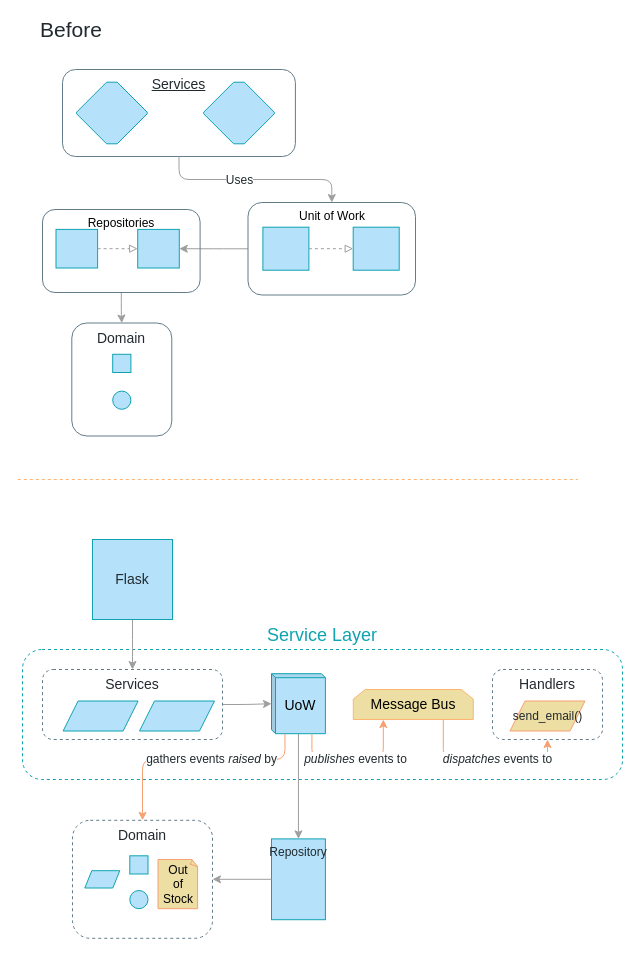
This is page "Chapter 7" (6 of 10) of maps.drawio from cosmicpython/book, a draw.io file, before an edit. Source tidied: cells renumbered, new cells numbered last; positions are measured from the earlier drawing's top-left corner, leaving out a move shared by most shapes. Both pictures are drawn from the tidied source at 100%, with x=0, y=0 at pixel (17, 19).
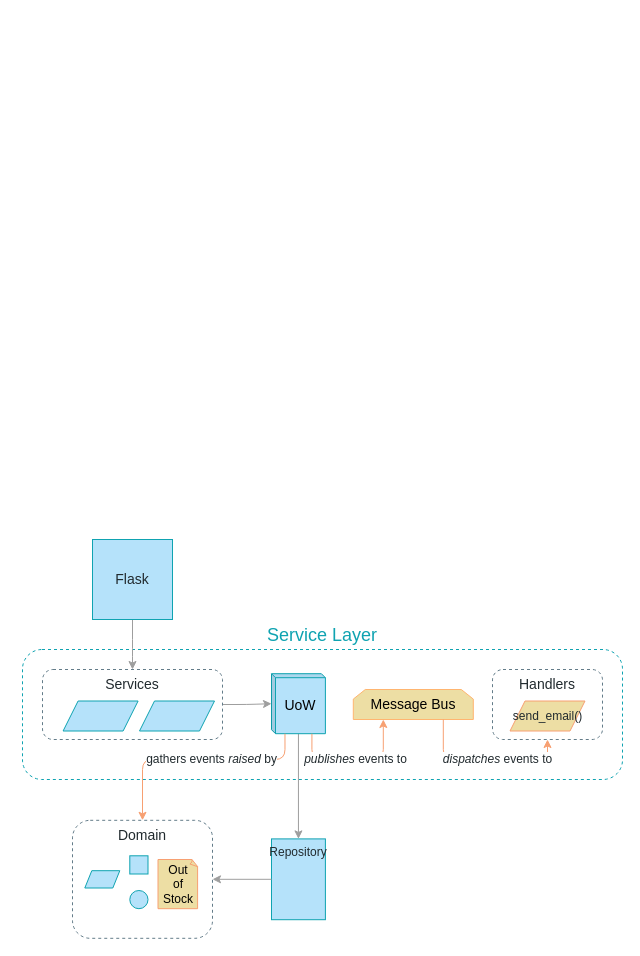
After the change.

Commit message:
delete unused before in 7

Change to the diagram source:
```diff
@@
-    <mxCell id="4" style="group;" parent="1" vertex="1">
-      <mxGeometry x="65" y="300" width="100" height="113" as="geometry" />
-    </mxCell>
-    <mxCell id="5" value="Domain" style="rounded=1;whiteSpace=wrap;html=1;fontFamily=Guardian Sans;verticalAlign=top;fontSize=14;fontColor=#212A2E;fillColor=none;strokeColor=#637C89;" parent="4" vertex="1">
-      <mxGeometry x="-10.7" y="3.5" width="100" height="113" as="geometry" />
-    </mxCell>
-    <mxCell id="6" style="whiteSpace=wrap;html=1;fontSize=14;strokeColor=#0FA3B1;fillColor=#B5E2FA;" parent="4" vertex="1">
-      <mxGeometry x="30.2" y="34.8" width="18.2" height="18.2" as="geometry" />
-    </mxCell>
-    <mxCell id="7" style="ellipse;whiteSpace=wrap;html=1;fontSize=14;strokeColor=#0FA3B1;fillColor=#B5E2FA;" parent="4" vertex="1">
-      <mxGeometry x="30.2" y="71.6" width="18.2" height="18.2" as="geometry" />
-    </mxCell>
-    <mxCell id="8" style="group;" parent="1" vertex="1">
-      <mxGeometry x="45" y="50" width="232.9" height="87" as="geometry" />
-    </mxCell>
-    <mxCell id="9" value="Services" style="rounded=1;whiteSpace=wrap;html=1;fontFamily=Guardian Sans;verticalAlign=top;fontSize=14;fontColor=#212A2E;fillColor=none;strokeColor=#637C89;fontStyle=4;" parent="8" vertex="1">
-      <mxGeometry width="232.9" height="87" as="geometry" />
-    </mxCell>
-    <mxCell id="10" style="whiteSpace=wrap;html=1;shape=mxgraph.basic.octagon2;align=center;verticalAlign=middle;dx=15;fontSize=14;fillColor=#B5E2FA;strokeColor=#0FA3B1;fontFamily=Guardian Sans;fontColor=#212A2E;gradientColor=none;" parent="8" vertex="1">
-      <mxGeometry x="14.1" y="12.7" width="70.6" height="61.6" as="geometry" />
-    </mxCell>
-    <mxCell id="11" style="whiteSpace=wrap;html=1;shape=mxgraph.basic.octagon2;align=center;verticalAlign=middle;dx=15;fontSize=14;fillColor=#B5E2FA;strokeColor=#0FA3B1;fontFamily=Guardian Sans;fontColor=#212A2E;gradientColor=none;" parent="8" vertex="1">
-      <mxGeometry x="141.2" y="12.7" width="70.6" height="61.6" as="geometry" />
-    </mxCell>
-    <mxCell id="12" style="edgeStyle=orthogonalEdgeStyle;jettySize=auto;html=1;strokeColor=#9E9E9E;fillColor=#B5E2FA;fontFamily=Guardian Sans;fontSize=12;fontColor=#212A2E;" parent="1" edge="1" source="18" target="5">
-      <mxGeometry relative="1" as="geometry" />
-    </mxCell>
-    <mxCell id="13" style="edgeStyle=orthogonalEdgeStyle;jettySize=auto;html=1;strokeColor=#9E9E9E;fillColor=#B5E2FA;fontFamily=Guardian Sans;fontSize=12;fontColor=#212A2E;" parent="1" edge="1" source="9" target="21">
-      <mxGeometry relative="1" as="geometry" />
-    </mxCell>
-    <mxCell id="14" value="Uses" style="text;html=1;align=center;verticalAlign=middle;labelBackgroundColor=#ffffff;fontSize=12;fontFamily=Guardian Sans;fontColor=#212A2E;" parent="13" vertex="1">
-      <mxGeometry x="-0.17" relative="1" as="geometry" />
-    </mxCell>
-    <mxCell id="15" style="edgeStyle=orthogonalEdgeStyle;jettySize=auto;html=1;strokeColor=#9E9E9E;fillColor=#B5E2FA;fontFamily=Guardian Sans;fontSize=12;fontColor=#212A2E;" parent="1" edge="1" source="21" target="20">
-      <mxGeometry relative="1" as="geometry" />
-    </mxCell>
-    <mxCell id="16" style="endArrow=none;dashed=1;html=1;strokeColor=#FFB570;fillColor=#B5E2FA;fontFamily=Guardian Sans;fontSize=21;fontColor=#212A2E;" parent="1" edge="1">
-      <mxGeometry relative="1" as="geometry">
-        <mxPoint x="0.3" y="460" as="sourcePoint" />
-        <mxPoint x="560.3" y="460" as="targetPoint" />
-      </mxGeometry>
-    </mxCell>
-    <mxCell id="17" value="Before" style="text;html=1;strokeColor=none;fillColor=none;align=center;verticalAlign=middle;whiteSpace=wrap;rounded=0;fontFamily=Guardian Sans;fontSize=21;fontColor=#212A2E;" parent="1" vertex="1">
-      <mxGeometry x="23" width="62" height="20" as="geometry" />
-    </mxCell>
-    <mxCell id="18" value="Repositories" style="whiteSpace=wrap;html=1;strokeColor=#637C89;fillColor=none;gradientColor=none;fontFamily=Helvetica;fontSize=12;fontColor=#000000;verticalAlign=top;rounded=1;" parent="1" vertex="1">
-      <mxGeometry x="25" y="190" width="157.6" height="83" as="geometry" />
-    </mxCell>
-    <mxCell id="19" style="whiteSpace=wrap;html=1;strokeColor=#0FA3B1;fillColor=#B5E2FA;gradientColor=none;fontFamily=Guardian Sans;fontSize=12;fontColor=#212A2E;verticalAlign=middle;" parent="1" vertex="1">
-      <mxGeometry x="38.5" y="209.9" width="41.6" height="38.6" as="geometry" />
-    </mxCell>
-    <mxCell id="20" style="whiteSpace=wrap;html=1;strokeColor=#0FA3B1;fillColor=#B5E2FA;gradientColor=none;fontFamily=Guardian Sans;fontSize=12;fontColor=#212A2E;verticalAlign=middle;" parent="1" vertex="1">
-      <mxGeometry x="120.2" y="209.9" width="41.6" height="38.6" as="geometry" />
-    </mxCell>
-    <mxCell id="21" value="Unit of Work" style="whiteSpace=wrap;html=1;strokeColor=#637C89;fillColor=none;gradientColor=none;fontFamily=Helvetica;fontSize=12;fontColor=#000000;verticalAlign=top;rounded=1;" parent="1" vertex="1">
-      <mxGeometry x="230.5" y="183" width="167.5" height="92.5" as="geometry" />
-    </mxCell>
-    <mxCell id="22" style="whiteSpace=wrap;html=1;strokeColor=#0FA3B1;fillColor=#B5E2FA;gradientColor=none;fontFamily=Guardian Sans;fontSize=12;fontColor=#212A2E;verticalAlign=middle;" parent="1" vertex="1">
-      <mxGeometry x="245.4" y="207.7" width="46" height="43" as="geometry" />
-    </mxCell>
-    <mxCell id="23" style="whiteSpace=wrap;html=1;strokeColor=#0FA3B1;fillColor=#B5E2FA;gradientColor=none;fontFamily=Guardian Sans;fontSize=12;fontColor=#212A2E;verticalAlign=middle;" parent="1" vertex="1">
-      <mxGeometry x="335.7" y="207.7" width="46" height="43" as="geometry" />
-    </mxCell>
-    <mxCell id="24" style="endArrow=block;dashed=1;endFill=0;endSize=6;html=1;strokeColor=#9E9E9E;fillColor=#B5E2FA;fontFamily=Guardian Sans;fontSize=12;fontColor=#212A2E;entryX=0;entryY=0.5;entryDx=0;entryDy=0;exitX=1;exitY=0.5;exitDx=0;exitDy=0;" parent="1" edge="1" source="19" target="20">
-      <mxGeometry relative="1" as="geometry" />
-    </mxCell>
-    <mxCell id="25" style="endArrow=block;dashed=1;endFill=0;endSize=6;html=1;strokeColor=#9E9E9E;fillColor=#B5E2FA;fontFamily=Guardian Sans;fontSize=12;fontColor=#212A2E;entryX=0;entryY=0.5;entryDx=0;entryDy=0;exitX=1;exitY=0.5;exitDx=0;exitDy=0;" parent="1" edge="1" source="22" target="23">
-      <mxGeometry relative="1" as="geometry" />
-    </mxCell>
```
